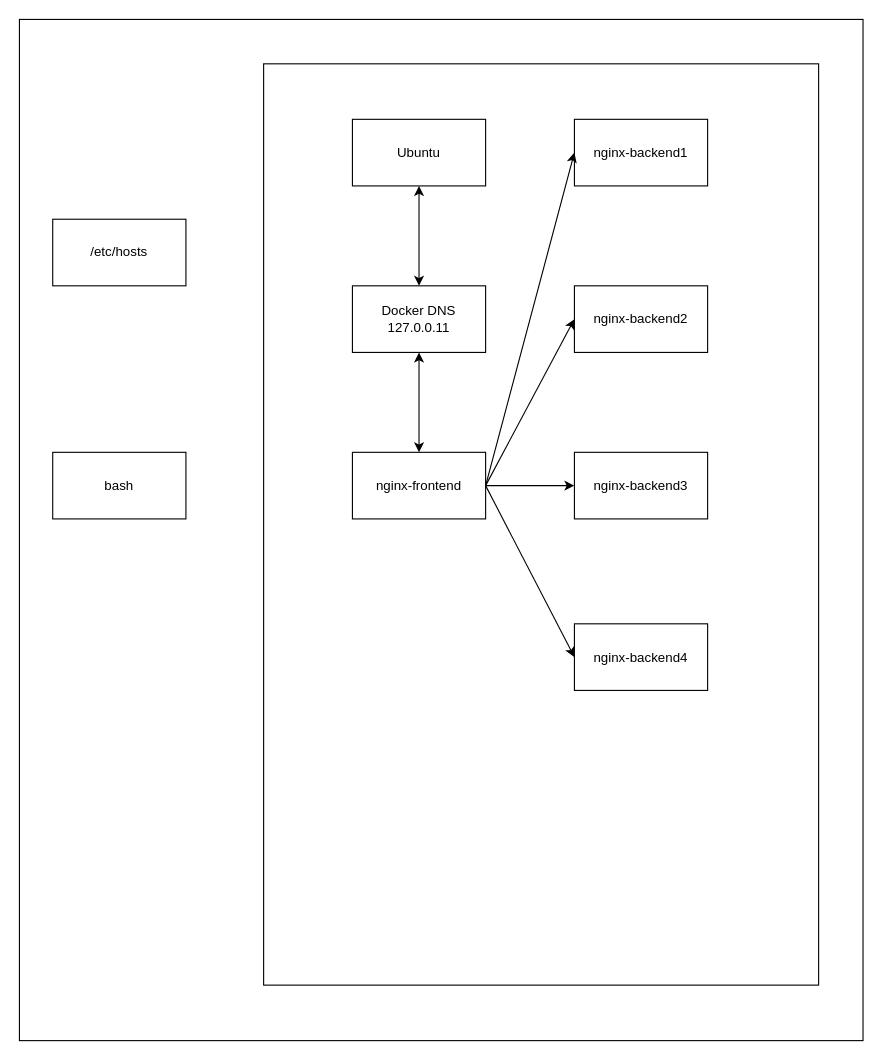
Before: structure.drawio in totto2727/nginx-practice, a draw.io diagram. Source tidied: cells renumbered, new cells numbered last; positions are measured from the earlier drawing's top-left corner, leaving out a move shared by most shapes. Both pictures are drawn from the tidied source at 111%, with x=0, y=0 at pixel (19, 19).
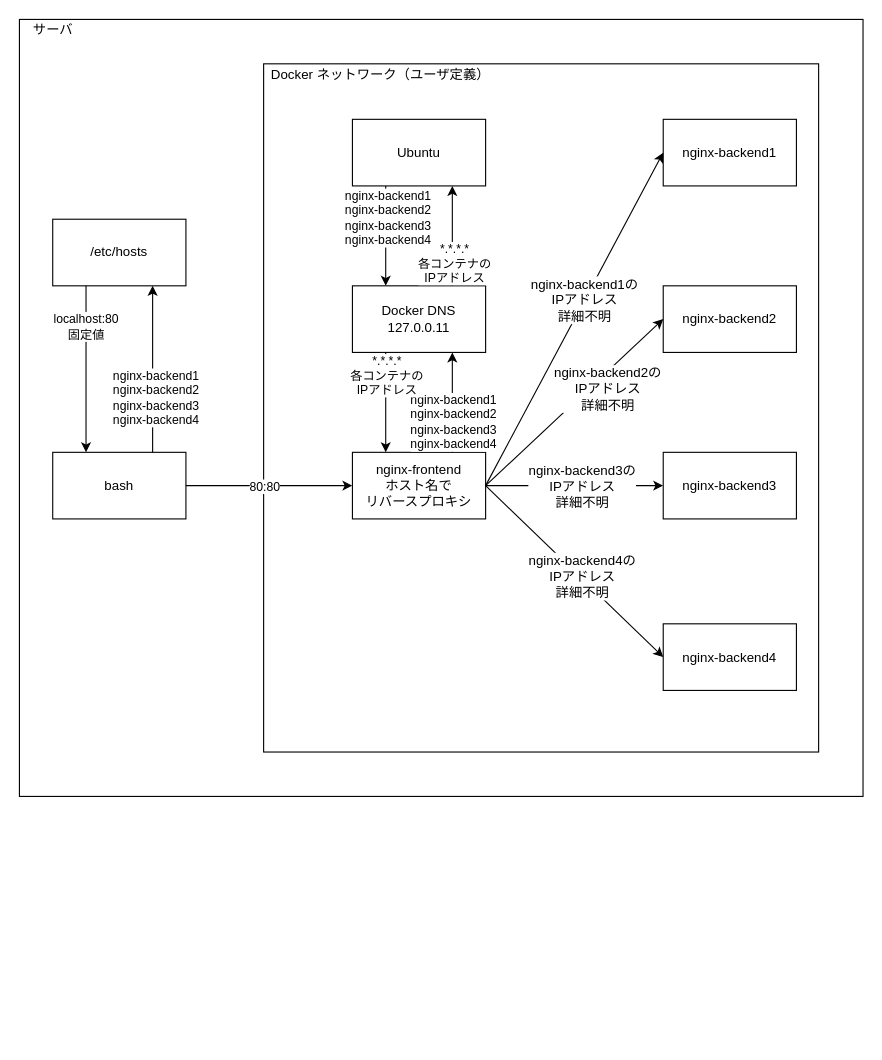
After the change.

The change refers to these unchanged cells:
```xml
<mxCell id="8" value="Ubuntu" style="rounded=0;whiteSpace=wrap;html=1;" parent="1" vertex="1">
  <mxGeometry x="300" y="90" width="120" height="60" as="geometry" />
</mxCell>
<mxCell id="10" value="Docker DNS&lt;br&gt;127.0.0.11" style="rounded=0;whiteSpace=wrap;html=1;" parent="1" vertex="1">
  <mxGeometry x="300" y="240" width="120" height="60" as="geometry" />
</mxCell>
<mxCell id="13" style="endArrow=classic;html=1;rounded=0;entryX=0;entryY=0.5;entryDx=0;entryDy=0;exitX=1;exitY=0.5;exitDx=0;exitDy=0;" parent="1" edge="1" source="9" target="4">
  <mxGeometry relative="1" as="geometry" />
</mxCell>
<mxCell id="14" style="endArrow=classic;html=1;rounded=0;entryX=0;entryY=0.5;entryDx=0;entryDy=0;exitX=1;exitY=0.5;exitDx=0;exitDy=0;" parent="1" edge="1" source="9" target="5">
  <mxGeometry relative="1" as="geometry" />
</mxCell>
<mxCell id="15" style="endArrow=classic;html=1;rounded=0;entryX=0;entryY=0.5;entryDx=0;entryDy=0;" parent="1" edge="1" source="9" target="6">
  <mxGeometry relative="1" as="geometry" />
</mxCell>
<mxCell id="16" style="endArrow=classic;html=1;rounded=0;entryX=0;entryY=0.5;entryDx=0;entryDy=0;exitX=1;exitY=0.5;exitDx=0;exitDy=0;" parent="1" edge="1" source="9" target="7">
  <mxGeometry relative="1" as="geometry" />
</mxCell>
<mxCell id="17" value="/etc/hosts" style="rounded=0;whiteSpace=wrap;html=1;" parent="1" vertex="1">
  <mxGeometry x="30" y="180" width="120" height="60" as="geometry" />
</mxCell>
<mxCell id="18" value="bash" style="rounded=0;whiteSpace=wrap;html=1;" parent="1" vertex="1">
  <mxGeometry x="30" y="390" width="120" height="60" as="geometry" />
</mxCell>
```

The edit, as a diff of the source:
```diff
@@
     <mxCell id="2" style="rounded=0;whiteSpace=wrap;html=1;" parent="1" vertex="1">
-      <mxGeometry width="760" height="920" as="geometry" />
+      <mxGeometry width="760" height="700" as="geometry" />
     </mxCell>
     <mxCell id="3" style="rounded=0;whiteSpace=wrap;html=1;" parent="1" vertex="1">
-      <mxGeometry x="220" y="40" width="500" height="830" as="geometry" />
+      <mxGeometry x="220" y="40" width="500" height="620" as="geometry" />
     </mxCell>
     <mxCell id="4" value="nginx-backend1" style="rounded=0;whiteSpace=wrap;html=1;" parent="1" vertex="1">
-      <mxGeometry x="500" y="90" width="120" height="60" as="geometry" />
+      <mxGeometry x="580" y="90" width="120" height="60" as="geometry" />
     </mxCell>
     <mxCell id="5" value="nginx-backend2" style="rounded=0;whiteSpace=wrap;html=1;" parent="1" vertex="1">
-      <mxGeometry x="500" y="240" width="120" height="60" as="geometry" />
+      <mxGeometry x="580" y="240" width="120" height="60" as="geometry" />
     </mxCell>
     <mxCell id="6" value="nginx-backend3" style="rounded=0;whiteSpace=wrap;html=1;" parent="1" vertex="1">
-      <mxGeometry x="500" y="390" width="120" height="60" as="geometry" />
+      <mxGeometry x="580" y="390" width="120" height="60" as="geometry" />
     </mxCell>
     <mxCell id="7" value="nginx-backend4" style="rounded=0;whiteSpace=wrap;html=1;" parent="1" vertex="1">
-      <mxGeometry x="500" y="544.5" width="120" height="60" as="geometry" />
+      <mxGeometry x="580" y="544.5" width="120" height="60" as="geometry" />
     </mxCell>
@@
-    <mxCell id="9" value="nginx-frontend" style="rounded=0;whiteSpace=wrap;html=1;" parent="1" vertex="1">
+    <mxCell id="9" value="nginx-frontend&lt;br&gt;ホスト名で&lt;br&gt;リバースプロキシ" style="rounded=0;whiteSpace=wrap;html=1;" parent="1" vertex="1">
       <mxGeometry x="300" y="390" width="120" height="60" as="geometry" />
     </mxCell>
@@
-    <mxCell id="11" style="endArrow=classic;startArrow=classic;html=1;rounded=0;entryX=0.5;entryY=1;entryDx=0;entryDy=0;exitX=0.5;exitY=0;exitDx=0;exitDy=0;" parent="1" edge="1" source="10" target="8">
-      <mxGeometry relative="1" as="geometry" />
-    </mxCell>
-    <mxCell id="12" style="endArrow=classic;startArrow=classic;html=1;rounded=0;exitX=0.5;exitY=0;exitDx=0;exitDy=0;" parent="1" edge="1" source="9" target="10">
-      <mxGeometry relative="1" as="geometry" />
-    </mxCell>
@@
+    <mxCell id="19" value="&lt;span style=&quot;font-size: 12px&quot;&gt;nginx-backend1の&lt;br&gt;IPアドレス&lt;br&gt;詳細不明&lt;br&gt;&lt;/span&gt;" style="edgeLabel;html=1;align=center;verticalAlign=middle;" parent="13" vertex="1">
+      <mxGeometry x="0.11" y="1" relative="1" as="geometry" />
+    </mxCell>
@@
+    <mxCell id="20" value="&lt;span style=&quot;font-size: 12px&quot;&gt;nginx-backend2の&lt;/span&gt;&lt;br style=&quot;font-size: 12px&quot;&gt;&lt;span style=&quot;font-size: 12px&quot;&gt;IPアドレス&lt;/span&gt;&lt;br style=&quot;font-size: 12px&quot;&gt;&lt;span style=&quot;font-size: 12px&quot;&gt;詳細不明&lt;/span&gt;" style="edgeLabel;html=1;align=center;verticalAlign=middle;" parent="14" vertex="1">
+      <mxGeometry x="0.16" y="1" relative="1" as="geometry">
+        <mxPoint x="18" as="offset" />
+      </mxGeometry>
+    </mxCell>
@@
+    <mxCell id="21" value="&lt;span style=&quot;font-size: 12px&quot;&gt;nginx-backend3の&lt;/span&gt;&lt;br style=&quot;font-size: 12px&quot;&gt;&lt;span style=&quot;font-size: 12px&quot;&gt;IPアドレス&lt;/span&gt;&lt;br style=&quot;font-size: 12px&quot;&gt;&lt;span style=&quot;font-size: 12px&quot;&gt;詳細不明&lt;/span&gt;" style="edgeLabel;html=1;align=center;verticalAlign=middle;" parent="15" vertex="1">
+      <mxGeometry x="0.07" relative="1" as="geometry" />
+    </mxCell>
@@
+    <mxCell id="22" value="&lt;span style=&quot;font-size: 12px&quot;&gt;nginx-backend4の&lt;/span&gt;&lt;br style=&quot;font-size: 12px&quot;&gt;&lt;span style=&quot;font-size: 12px&quot;&gt;IPアドレス&lt;/span&gt;&lt;br style=&quot;font-size: 12px&quot;&gt;&lt;span style=&quot;font-size: 12px&quot;&gt;詳細不明&lt;/span&gt;" style="edgeLabel;html=1;align=center;verticalAlign=middle;" parent="16" vertex="1">
+      <mxGeometry x="0.07" y="2" relative="1" as="geometry" />
+    </mxCell>
@@
+    <mxCell id="23" style="endArrow=classic;html=1;rounded=0;entryX=0;entryY=0.5;entryDx=0;entryDy=0;exitX=1;exitY=0.5;exitDx=0;exitDy=0;" parent="1" edge="1" source="18" target="9">
+      <mxGeometry relative="1" as="geometry" />
+    </mxCell>
+    <mxCell id="24" value="80:80" style="edgeLabel;html=1;align=center;verticalAlign=middle;" parent="23" vertex="1">
+      <mxGeometry x="0.14" y="-1" relative="1" as="geometry">
+        <mxPoint x="-16" y="-1" as="offset" />
+      </mxGeometry>
+    </mxCell>
+    <mxCell id="25" style="endArrow=classic;html=1;rounded=0;entryX=0.75;entryY=1;entryDx=0;entryDy=0;exitX=0.75;exitY=0;exitDx=0;exitDy=0;" parent="1" edge="1" source="18" target="17">
+      <mxGeometry relative="1" as="geometry" />
+    </mxCell>
+    <mxCell id="26" value="nginx-backend1&lt;br&gt;nginx-backend2&lt;br&gt;nginx-backend3&lt;br&gt;nginx-backend4" style="edgeLabel;html=1;align=center;verticalAlign=middle;" parent="25" vertex="1">
+      <mxGeometry x="-0.34" y="-2" relative="1" as="geometry">
+        <mxPoint y="-1" as="offset" />
+      </mxGeometry>
+    </mxCell>
+    <mxCell id="27" style="endArrow=classic;html=1;rounded=0;exitX=0.25;exitY=1;exitDx=0;exitDy=0;entryX=0.25;entryY=0;entryDx=0;entryDy=0;" parent="1" edge="1" source="17" target="18">
+      <mxGeometry relative="1" as="geometry" />
+    </mxCell>
+    <mxCell id="28" value="localhost:80&lt;br&gt;固定値" style="edgeLabel;html=1;align=center;verticalAlign=middle;" parent="27" vertex="1">
+      <mxGeometry x="-0.52" y="-1" relative="1" as="geometry" />
+    </mxCell>
+    <mxCell id="12" style="endArrow=classic;html=1;rounded=0;entryX=0.75;entryY=1;entryDx=0;entryDy=0;exitX=0.75;exitY=0;exitDx=0;exitDy=0;" parent="1" edge="1" source="9" target="10">
+      <mxGeometry relative="1" as="geometry" />
+    </mxCell>
+    <mxCell id="29" value="nginx-backend1&lt;br&gt;nginx-backend2&lt;br&gt;nginx-backend3&lt;br&gt;nginx-backend4" style="edgeLabel;html=1;align=center;verticalAlign=middle;" parent="12" vertex="1">
+      <mxGeometry x="0.27" relative="1" as="geometry">
+        <mxPoint y="29" as="offset" />
+      </mxGeometry>
+    </mxCell>
+    <mxCell id="30" style="endArrow=classic;html=1;rounded=0;entryX=0.25;entryY=0;entryDx=0;entryDy=0;exitX=0.25;exitY=1;exitDx=0;exitDy=0;" parent="1" edge="1" source="10" target="9">
+      <mxGeometry relative="1" as="geometry" />
+    </mxCell>
+    <mxCell id="31" value="*.*.*.*&lt;br&gt;各コンテナの&lt;br&gt;IPアドレス" style="edgeLabel;html=1;align=center;verticalAlign=middle;" parent="30" vertex="1">
+      <mxGeometry x="0.46" y="-2" relative="1" as="geometry">
+        <mxPoint x="2" y="-46" as="offset" />
+      </mxGeometry>
+    </mxCell>
+    <mxCell id="11" style="endArrow=classic;html=1;rounded=0;entryX=0.75;entryY=1;entryDx=0;entryDy=0;exitX=0.75;exitY=0;exitDx=0;exitDy=0;" parent="1" edge="1" source="10" target="8">
+      <mxGeometry relative="1" as="geometry" />
+    </mxCell>
+    <mxCell id="32" value="*.*.*.*&lt;br&gt;各コンテナの&lt;br&gt;IPアドレス" style="edgeLabel;html=1;align=center;verticalAlign=middle;" parent="11" vertex="1">
+      <mxGeometry x="-0.73" y="-1" relative="1" as="geometry">
+        <mxPoint y="-9" as="offset" />
+      </mxGeometry>
+    </mxCell>
+    <mxCell id="33" style="endArrow=classic;html=1;rounded=0;entryX=0.25;entryY=0;entryDx=0;entryDy=0;exitX=0.25;exitY=1;exitDx=0;exitDy=0;" parent="1" edge="1" source="8" target="10">
+      <mxGeometry relative="1" as="geometry" />
+    </mxCell>
+    <mxCell id="34" value="nginx-backend1&lt;br&gt;nginx-backend2&lt;br&gt;nginx-backend3&lt;br&gt;nginx-backend4" style="edgeLabel;html=1;align=center;verticalAlign=middle;" parent="33" vertex="1">
+      <mxGeometry x="-0.34" y="1" relative="1" as="geometry">
+        <mxPoint y="-2" as="offset" />
+      </mxGeometry>
+    </mxCell>
+    <mxCell id="35" value="サーバ" style="text;html=1;align=center;verticalAlign=middle;strokeColor=none;fillColor=none;" parent="1" vertex="1">
+      <mxGeometry x="5" width="50" height="20" as="geometry" />
+    </mxCell>
+    <mxCell id="36" value="Docker ネットワーク（ユーザ定義）" style="text;html=1;align=center;verticalAlign=middle;strokeColor=none;fillColor=none;" parent="1" vertex="1">
+      <mxGeometry x="220" y="40" width="210" height="20" as="geometry" />
+    </mxCell>
```
